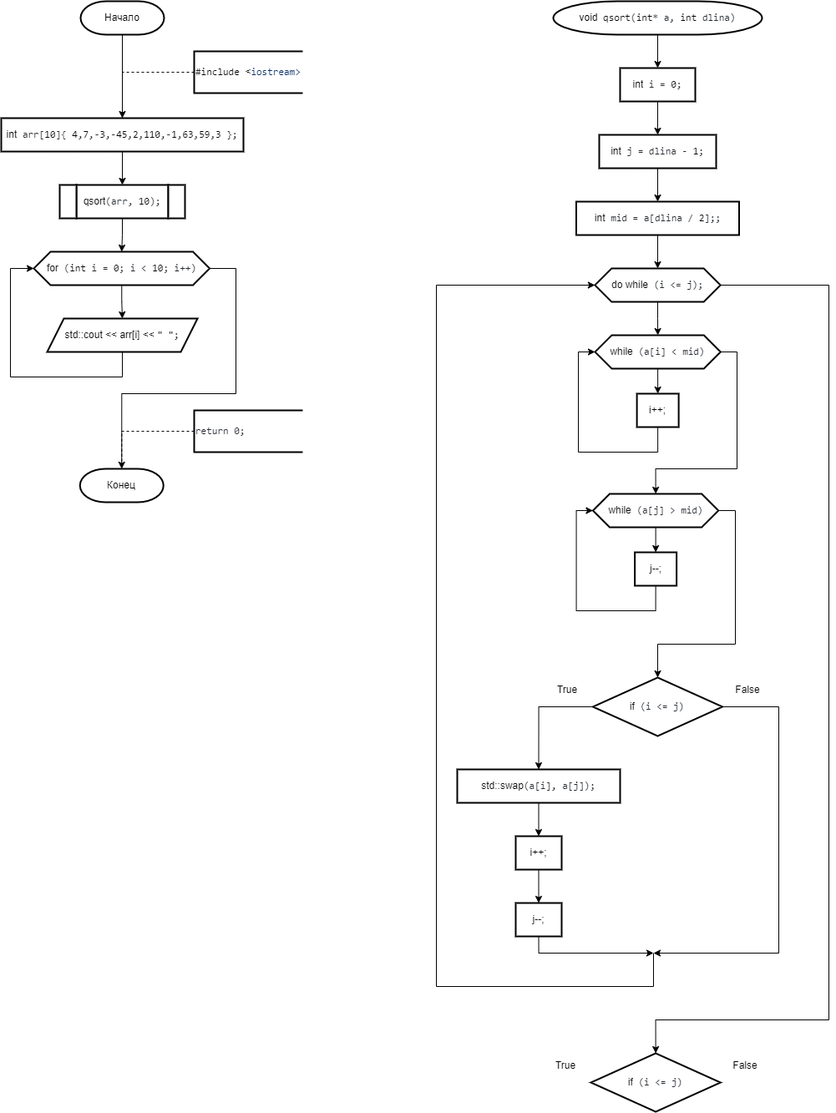
The draw.io diagram 2 Семестр/Labs/№9 Сложные сортировки быстрая (Хоара), слиянием, подсчетом, блочная, Шелла/Быстрая.png in IlyaFedoseev227/LABS-PNRPU-IVT-22-1b, before a commit. Source tidied: cells renumbered, new cells last; positions are measured from the earlier drawing's top-left corner, leaving out a move shared by most shapes.
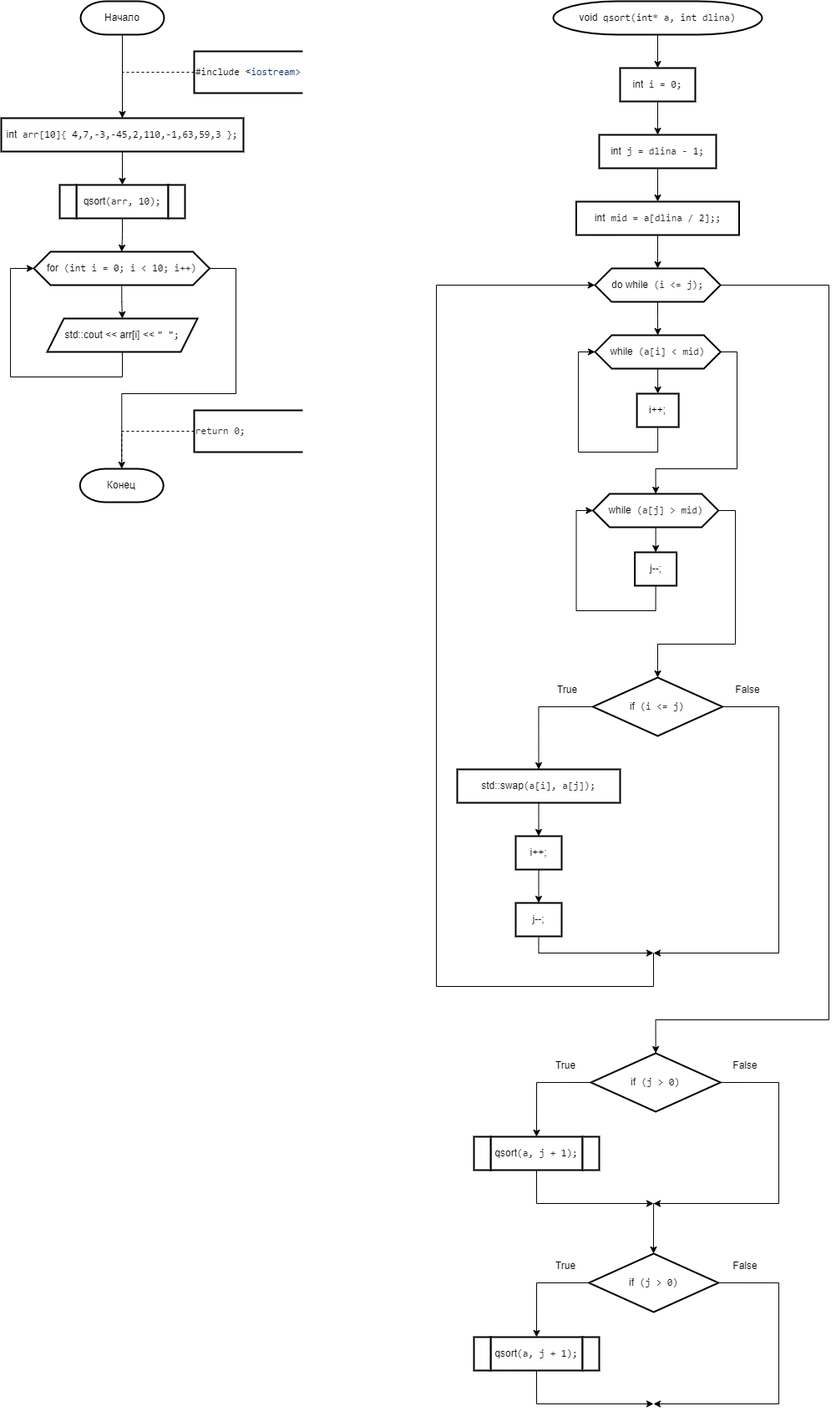
Later version of the same file.

What changed in the source:
```diff
@@ -223,7 +223,28 @@
     <mxCell id="52" value="&lt;div style=&quot;text-align: start;&quot;&gt;j--;&lt;br&gt;&lt;/div&gt;" style="shape=parallelogram;perimeter=parallelogramPerimeter;whiteSpace=wrap;html=1;fixedSize=1;strokeWidth=2;size=-6;" parent="1" vertex="1">
       <mxGeometry x="616" y="1080" width="55" height="40" as="geometry" />
     </mxCell>
+    <mxCell id="56" style="edgeStyle=orthogonalEdgeStyle;rounded=0;jettySize=auto;html=1;exitX=0;exitY=0.5;exitDx=0;exitDy=0;entryX=0.5;entryY=0;entryDx=0;entryDy=0;" parent="1" edge="1" source="53" target="60">
+      <mxGeometry relative="1" as="geometry" />
+    </mxCell>
+    <mxCell id="57" style="edgeStyle=orthogonalEdgeStyle;rounded=0;jettySize=auto;html=1;exitX=1;exitY=0.5;exitDx=0;exitDy=0;" parent="1" edge="1" source="53">
+      <mxGeometry relative="1" as="geometry">
+        <mxPoint x="781" y="1440" as="targetPoint" />
+        <Array as="points">
+          <mxPoint x="931" y="1295" />
+          <mxPoint x="931" y="1440" />
+        </Array>
+      </mxGeometry>
+    </mxCell>
+    <mxCell id="58" style="edgeStyle=orthogonalEdgeStyle;rounded=0;orthogonalLoop=1;jettySize=auto;html=1;" parent="1" edge="1">
+      <mxGeometry relative="1" as="geometry">
+        <mxPoint x="784" y="1440" as="sourcePoint" />
+        <mxPoint x="781" y="1500" as="targetPoint" />
+        <Array as="points">
+          <mxPoint x="781" y="1440" />
+        </Array>
+      </mxGeometry>
+    </mxCell>
-    <mxCell id="53" value="&lt;div style=&quot;text-align: start;&quot;&gt;if&lt;span style=&quot;color: rgb(36, 41, 47); font-family: ui-monospace, SFMono-Regular, &amp;quot;SF Mono&amp;quot;, Menlo, Consolas, &amp;quot;Liberation Mono&amp;quot;, monospace; background-color: rgb(255, 255, 255);&quot;&gt; (i &amp;lt;= j)&lt;/span&gt;&lt;br&gt;&lt;/div&gt;" style="rhombus;whiteSpace=wrap;html=1;strokeWidth=2;" parent="1" vertex="1">
+    <mxCell id="53" value="&lt;div style=&quot;text-align: start;&quot;&gt;if&lt;span style=&quot;color: rgb(36, 41, 47); font-family: ui-monospace, SFMono-Regular, &amp;quot;SF Mono&amp;quot;, Menlo, Consolas, &amp;quot;Liberation Mono&amp;quot;, monospace; background-color: rgb(255, 255, 255);&quot;&gt; (j &amp;gt; &lt;/span&gt;&lt;span style=&quot;box-sizing: border-box; color: var(--color-prettylights-syntax-constant); font-family: ui-monospace, SFMono-Regular, &amp;quot;SF Mono&amp;quot;, Menlo, Consolas, &amp;quot;Liberation Mono&amp;quot;, monospace; background-color: rgb(255, 255, 255);&quot; class=&quot;pl-c1&quot;&gt;0&lt;/span&gt;&lt;span style=&quot;color: rgb(36, 41, 47); font-family: ui-monospace, SFMono-Regular, &amp;quot;SF Mono&amp;quot;, Menlo, Consolas, &amp;quot;Liberation Mono&amp;quot;, monospace; background-color: rgb(255, 255, 255);&quot;&gt;)&lt;/span&gt;&lt;br&gt;&lt;/div&gt;" style="rhombus;whiteSpace=wrap;html=1;strokeWidth=2;" parent="1" vertex="1">
       <mxGeometry x="706.1" y="1260" width="155.1" height="70" as="geometry" />
     </mxCell>
     <mxCell id="54" value="True" style="text;html=1;strokeColor=none;fillColor=none;align=center;verticalAlign=middle;whiteSpace=wrap;rounded=0;strokeWidth=2;" parent="1" vertex="1">
@@ -232,5 +253,60 @@
     <mxCell id="55" value="False" style="text;html=1;strokeColor=none;fillColor=none;align=center;verticalAlign=middle;whiteSpace=wrap;rounded=0;strokeWidth=2;" parent="1" vertex="1">
       <mxGeometry x="861.2" y="1260" width="60" height="30" as="geometry" />
     </mxCell>
+    <mxCell id="59" style="edgeStyle=orthogonalEdgeStyle;rounded=0;jettySize=auto;html=1;exitX=0.5;exitY=1;exitDx=0;exitDy=0;" parent="1" edge="1" source="60">
+      <mxGeometry relative="1" as="geometry">
+        <mxPoint x="781" y="1440" as="targetPoint" />
+        <Array as="points">
+          <mxPoint x="641" y="1440" />
+        </Array>
+      </mxGeometry>
+    </mxCell>
+    <mxCell id="60" value="&lt;div style=&quot;text-align: start;&quot;&gt;qsort&lt;span style=&quot;color: rgb(36, 41, 47); font-family: ui-monospace, SFMono-Regular, &amp;quot;SF Mono&amp;quot;, Menlo, Consolas, &amp;quot;Liberation Mono&amp;quot;, monospace; background-color: rgb(255, 255, 255);&quot;&gt;(a, j + &lt;/span&gt;&lt;span style=&quot;box-sizing: border-box; color: var(--color-prettylights-syntax-constant); font-family: ui-monospace, SFMono-Regular, &amp;quot;SF Mono&amp;quot;, Menlo, Consolas, &amp;quot;Liberation Mono&amp;quot;, monospace; background-color: rgb(255, 255, 255);&quot; class=&quot;pl-c1&quot;&gt;1&lt;/span&gt;&lt;span style=&quot;color: rgb(36, 41, 47); font-family: ui-monospace, SFMono-Regular, &amp;quot;SF Mono&amp;quot;, Menlo, Consolas, &amp;quot;Liberation Mono&amp;quot;, monospace; background-color: rgb(255, 255, 255);&quot;&gt;);&lt;/span&gt;&lt;br&gt;&lt;/div&gt;" style="shape=parallelogram;perimeter=parallelogramPerimeter;whiteSpace=wrap;html=1;fixedSize=1;strokeWidth=2;size=-6;" parent="1" vertex="1">
+      <mxGeometry x="586" y="1360" width="110" height="40" as="geometry" />
+    </mxCell>
+    <mxCell id="61" value="&lt;div style=&quot;text-align: start;&quot;&gt;&lt;br&gt;&lt;/div&gt;" style="shape=parallelogram;perimeter=parallelogramPerimeter;whiteSpace=wrap;html=1;fixedSize=1;strokeWidth=2;size=-6;" parent="1" vertex="1">
+      <mxGeometry x="696" y="1360" width="20" height="40" as="geometry" />
+    </mxCell>
+    <mxCell id="62" value="&lt;div style=&quot;text-align: start;&quot;&gt;&lt;br&gt;&lt;/div&gt;" style="shape=parallelogram;perimeter=parallelogramPerimeter;whiteSpace=wrap;html=1;fixedSize=1;strokeWidth=2;size=-6;" parent="1" vertex="1">
+      <mxGeometry x="566" y="1360" width="20" height="40" as="geometry" />
+    </mxCell>
+    <mxCell id="63" style="edgeStyle=orthogonalEdgeStyle;rounded=0;jettySize=auto;html=1;exitX=0;exitY=0.5;exitDx=0;exitDy=0;entryX=0.5;entryY=0;entryDx=0;entryDy=0;" parent="1" edge="1" source="65" target="69">
+      <mxGeometry relative="1" as="geometry" />
+    </mxCell>
+    <mxCell id="64" style="edgeStyle=orthogonalEdgeStyle;rounded=0;jettySize=auto;html=1;exitX=1;exitY=0.5;exitDx=0;exitDy=0;" parent="1" edge="1" source="65">
+      <mxGeometry relative="1" as="geometry">
+        <mxPoint x="781" y="1680" as="targetPoint" />
+        <Array as="points">
+          <mxPoint x="931" y="1535" />
+          <mxPoint x="931" y="1680" />
+        </Array>
+      </mxGeometry>
+    </mxCell>
+    <mxCell id="65" value="&lt;div style=&quot;text-align: start;&quot;&gt;if&lt;span style=&quot;color: rgb(36, 41, 47); font-family: ui-monospace, SFMono-Regular, &amp;quot;SF Mono&amp;quot;, Menlo, Consolas, &amp;quot;Liberation Mono&amp;quot;, monospace; background-color: rgb(255, 255, 255);&quot;&gt; (j &amp;gt; &lt;/span&gt;&lt;span style=&quot;box-sizing: border-box; color: var(--color-prettylights-syntax-constant); font-family: ui-monospace, SFMono-Regular, &amp;quot;SF Mono&amp;quot;, Menlo, Consolas, &amp;quot;Liberation Mono&amp;quot;, monospace; background-color: rgb(255, 255, 255);&quot; class=&quot;pl-c1&quot;&gt;0&lt;/span&gt;&lt;span style=&quot;color: rgb(36, 41, 47); font-family: ui-monospace, SFMono-Regular, &amp;quot;SF Mono&amp;quot;, Menlo, Consolas, &amp;quot;Liberation Mono&amp;quot;, monospace; background-color: rgb(255, 255, 255);&quot;&gt;)&lt;/span&gt;&lt;br&gt;&lt;/div&gt;" style="rhombus;whiteSpace=wrap;html=1;strokeWidth=2;" parent="1" vertex="1">
+      <mxGeometry x="703.6" y="1500" width="155.1" height="70" as="geometry" />
+    </mxCell>
+    <mxCell id="66" value="True" style="text;html=1;strokeColor=none;fillColor=none;align=center;verticalAlign=middle;whiteSpace=wrap;rounded=0;strokeWidth=2;" parent="1" vertex="1">
+      <mxGeometry x="646.1" y="1500" width="60" height="30" as="geometry" />
+    </mxCell>
+    <mxCell id="67" value="False" style="text;html=1;strokeColor=none;fillColor=none;align=center;verticalAlign=middle;whiteSpace=wrap;rounded=0;strokeWidth=2;" parent="1" vertex="1">
+      <mxGeometry x="861.2" y="1500" width="60" height="30" as="geometry" />
+    </mxCell>
+    <mxCell id="68" style="edgeStyle=orthogonalEdgeStyle;rounded=0;jettySize=auto;html=1;exitX=0.5;exitY=1;exitDx=0;exitDy=0;" parent="1" edge="1" source="69">
+      <mxGeometry relative="1" as="geometry">
+        <mxPoint x="781" y="1680" as="targetPoint" />
+        <Array as="points">
+          <mxPoint x="641" y="1680" />
+        </Array>
+      </mxGeometry>
+    </mxCell>
+    <mxCell id="69" value="&lt;div style=&quot;text-align: start;&quot;&gt;qsort&lt;span style=&quot;color: rgb(36, 41, 47); font-family: ui-monospace, SFMono-Regular, &amp;quot;SF Mono&amp;quot;, Menlo, Consolas, &amp;quot;Liberation Mono&amp;quot;, monospace; background-color: rgb(255, 255, 255);&quot;&gt;(a, j + &lt;/span&gt;&lt;span style=&quot;box-sizing: border-box; color: var(--color-prettylights-syntax-constant); font-family: ui-monospace, SFMono-Regular, &amp;quot;SF Mono&amp;quot;, Menlo, Consolas, &amp;quot;Liberation Mono&amp;quot;, monospace; background-color: rgb(255, 255, 255);&quot; class=&quot;pl-c1&quot;&gt;1&lt;/span&gt;&lt;span style=&quot;color: rgb(36, 41, 47); font-family: ui-monospace, SFMono-Regular, &amp;quot;SF Mono&amp;quot;, Menlo, Consolas, &amp;quot;Liberation Mono&amp;quot;, monospace; background-color: rgb(255, 255, 255);&quot;&gt;);&lt;/span&gt;&lt;br&gt;&lt;/div&gt;" style="shape=parallelogram;perimeter=parallelogramPerimeter;whiteSpace=wrap;html=1;fixedSize=1;strokeWidth=2;size=-6;" parent="1" vertex="1">
+      <mxGeometry x="586" y="1600" width="110" height="40" as="geometry" />
+    </mxCell>
+    <mxCell id="70" value="&lt;div style=&quot;text-align: start;&quot;&gt;&lt;br&gt;&lt;/div&gt;" style="shape=parallelogram;perimeter=parallelogramPerimeter;whiteSpace=wrap;html=1;fixedSize=1;strokeWidth=2;size=-6;" parent="1" vertex="1">
+      <mxGeometry x="696" y="1600" width="20" height="40" as="geometry" />
+    </mxCell>
+    <mxCell id="71" value="&lt;div style=&quot;text-align: start;&quot;&gt;&lt;br&gt;&lt;/div&gt;" style="shape=parallelogram;perimeter=parallelogramPerimeter;whiteSpace=wrap;html=1;fixedSize=1;strokeWidth=2;size=-6;" parent="1" vertex="1">
+      <mxGeometry x="566" y="1600" width="20" height="40" as="geometry" />
+    </mxCell>
   </root>
 </mxGraphModel>
```
